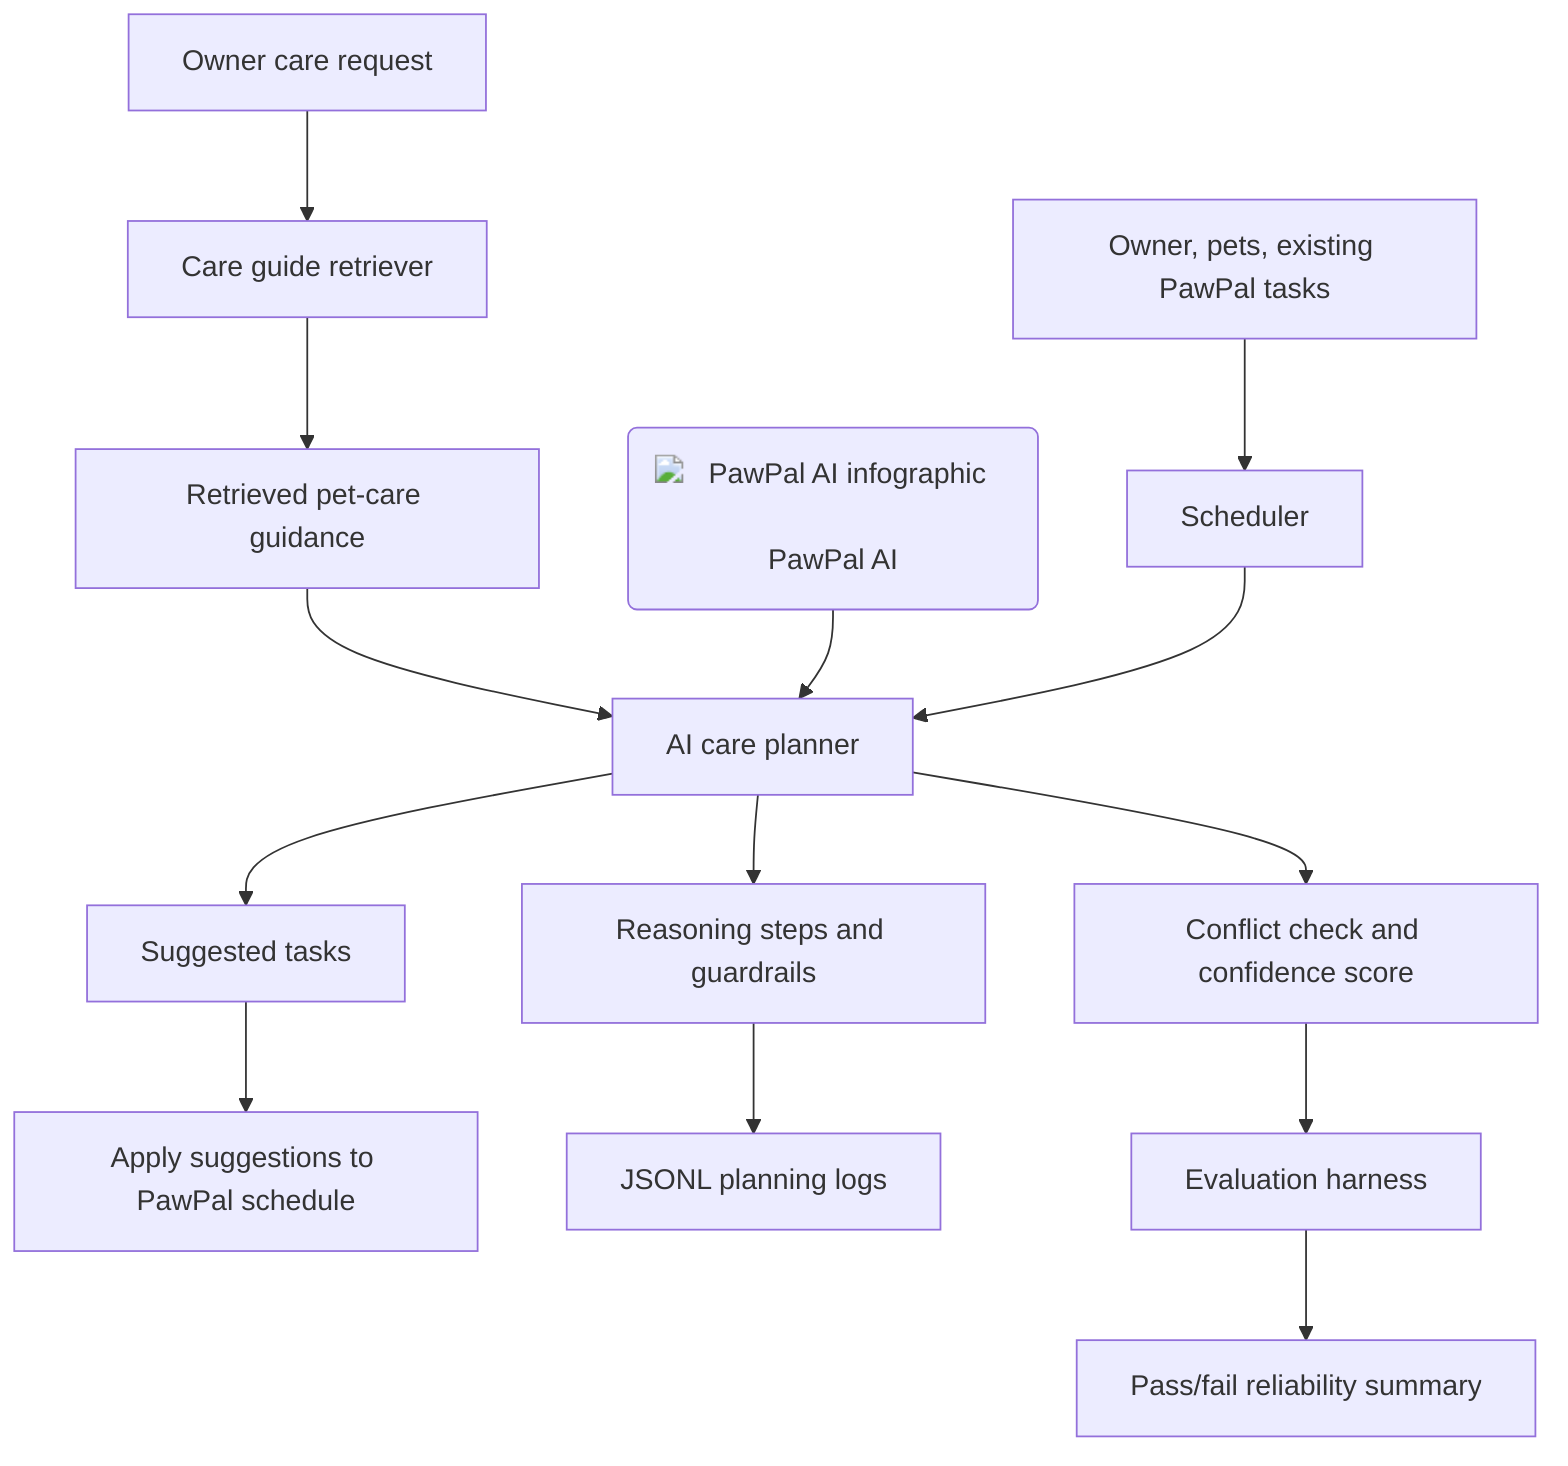
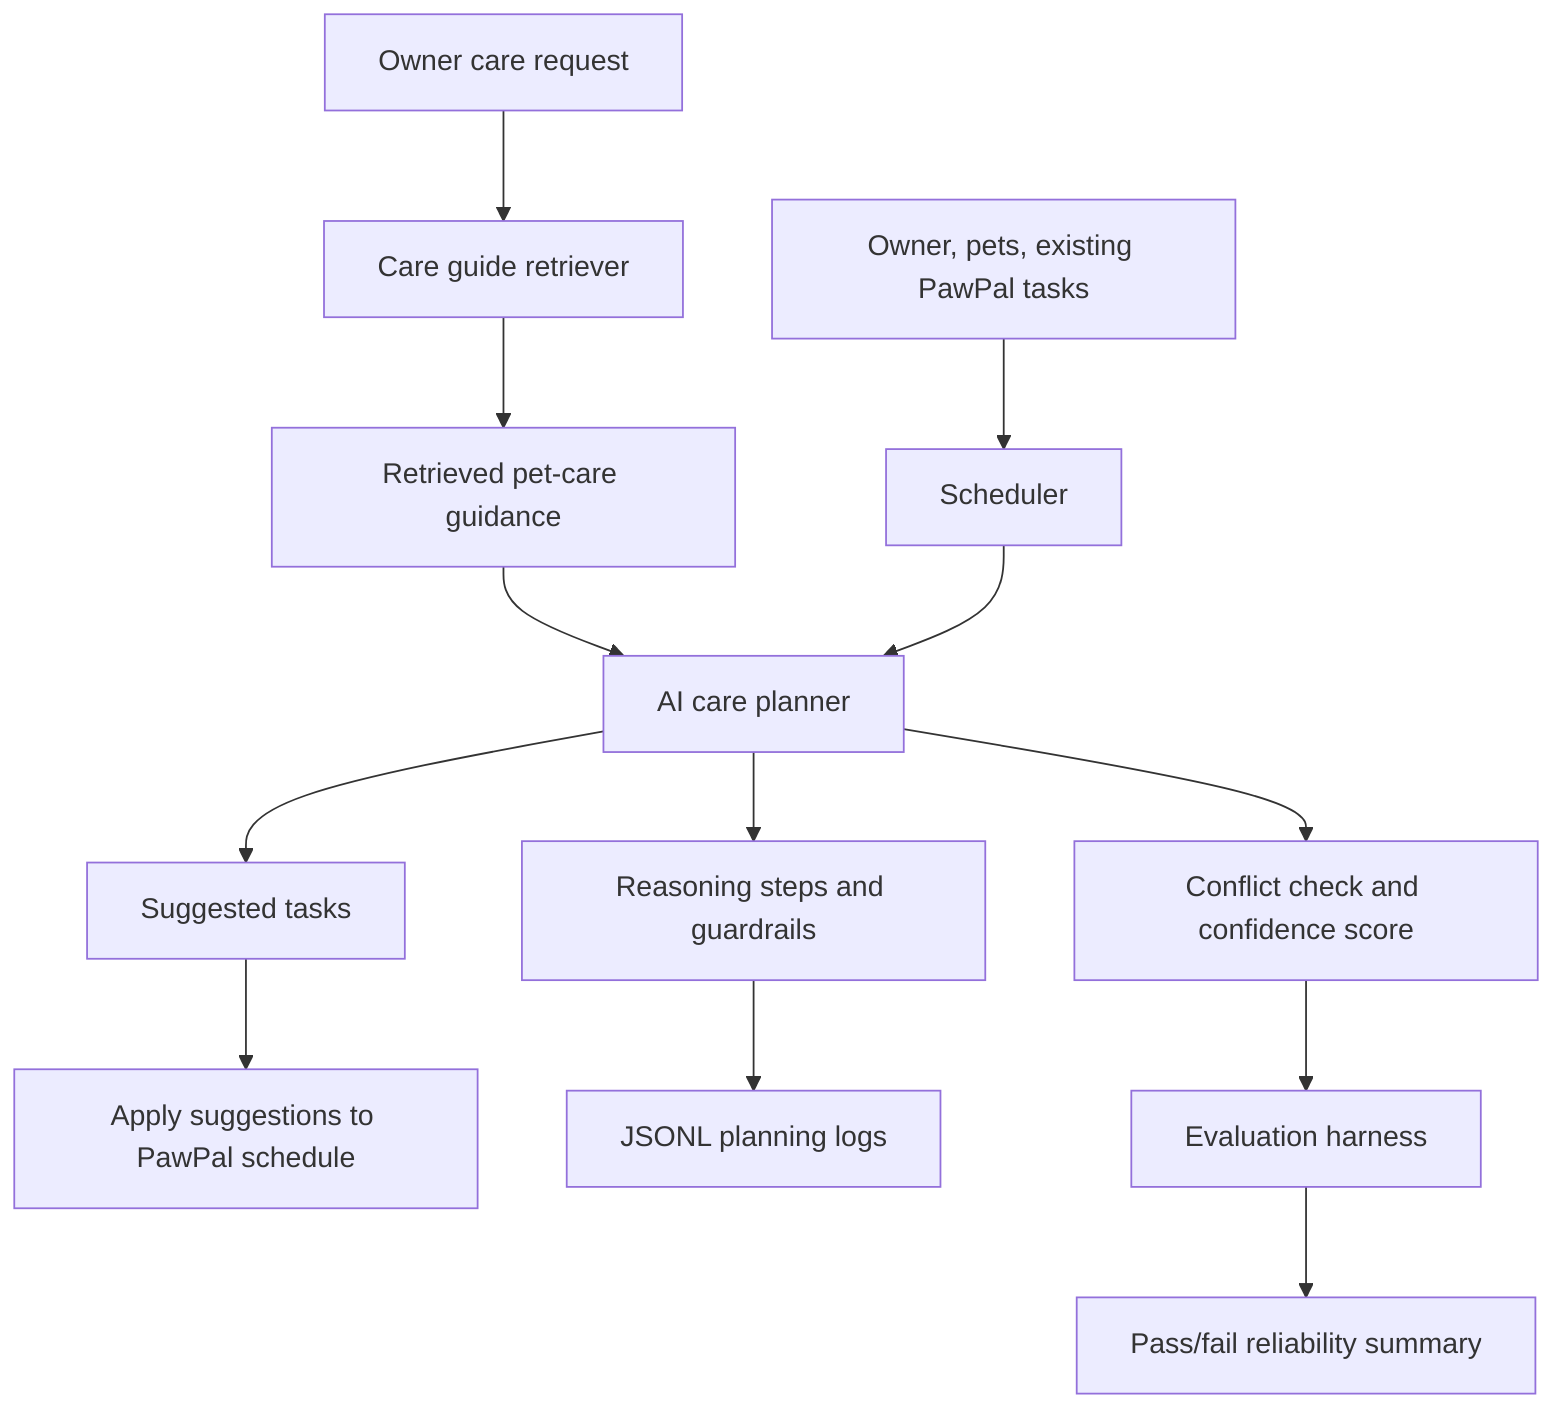
- %%{init: { "securityLevel": "loose" }}%%
flowchart TD
-     Hero("<img src='../assets/pawpal-ai-infographic.png' width='220' alt='PawPal AI infographic'/><br/>PawPal AI")
    A[Owner, pets, existing PawPal tasks] --> B[Scheduler]
    C[Owner care request] --> D[Care guide retriever]
    D --> E[Retrieved pet-care guidance]
    E --> F[AI care planner]
-     Hero --> F
    B --> F
    F --> G[Suggested tasks]
    F --> H[Reasoning steps and guardrails]
    F --> I[Conflict check and confidence score]
    G --> J[Apply suggestions to PawPal schedule]
    H --> K[JSONL planning logs]
    I --> L[Evaluation harness]
    L --> M[Pass/fail reliability summary]
